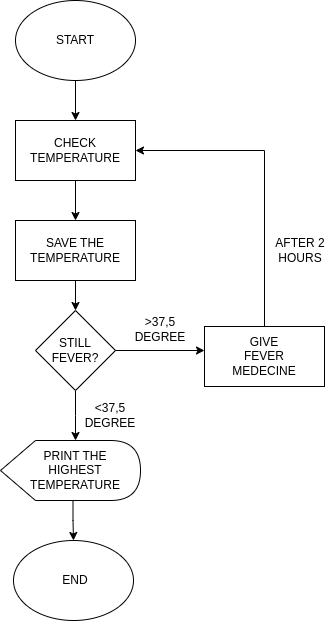
The draw.io diagram NOMOR2.png in tahukotak13th/tahukotak13th.github.io, before a commit. Source tidied: cells renumbered, new cells last; positions are measured from the earlier drawing's top-left corner, leaving out a move shared by most shapes.
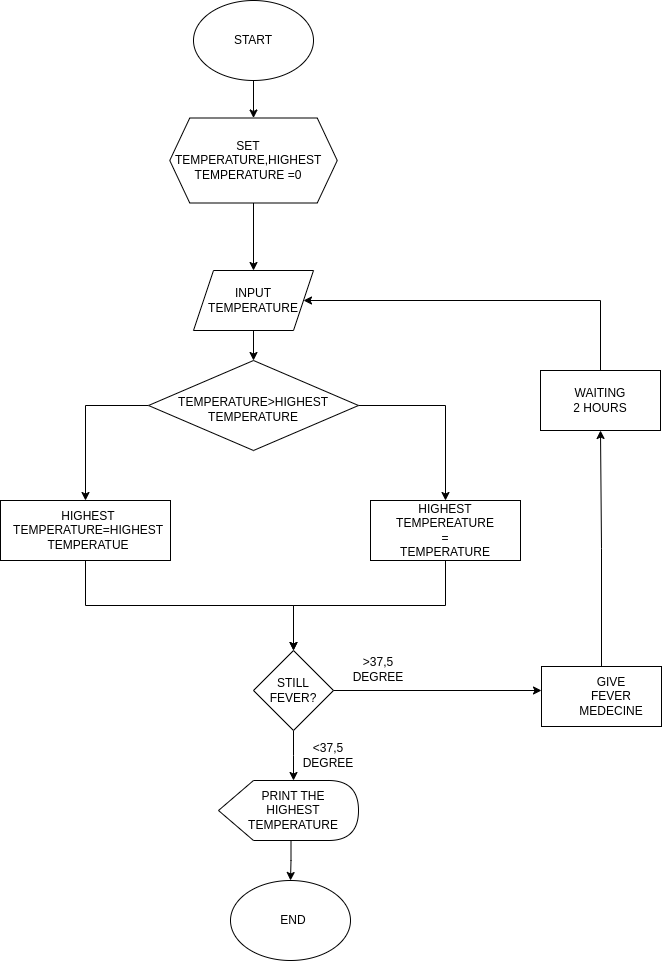
After the change.

Change to the diagram source:
```diff
@@ -2,79 +2,119 @@
   <root>
     <mxCell id="0" />
     <mxCell id="1" parent="0" />
-    <mxCell id="2" style="edgeStyle=orthogonalEdgeStyle;rounded=0;jettySize=auto;html=1;exitX=0.5;exitY=1;exitDx=0;exitDy=0;entryX=0.5;entryY=0;entryDx=0;entryDy=0;" parent="1" edge="1" source="3" target="6">
-      <mxGeometry relative="1" as="geometry" />
-    </mxCell>
+    <mxCell id="26" style="edgeStyle=orthogonalEdgeStyle;rounded=0;jettySize=auto;html=1;exitX=0.5;exitY=1;exitDx=0;exitDy=0;entryX=0.5;entryY=0;entryDx=0;entryDy=0;" parent="1" edge="1" source="3" target="32">
+      <mxGeometry relative="1" as="geometry" />
+    </mxCell>
     <mxCell id="3" style="ellipse;whiteSpace=wrap;html=1;" parent="1" vertex="1">
-      <mxGeometry x="15" width="120" height="80" as="geometry" />
+      <mxGeometry x="-57" y="30" width="120" height="80" as="geometry" />
     </mxCell>
     <mxCell id="4" value="START" style="text;strokeColor=none;align=center;fillColor=none;html=1;verticalAlign=middle;whiteSpace=wrap;rounded=0;" parent="1" vertex="1">
-      <mxGeometry x="45" y="25" width="60" height="30" as="geometry" />
+      <mxGeometry x="-27" y="55" width="60" height="30" as="geometry" />
     </mxCell>
-    <mxCell id="5" style="edgeStyle=orthogonalEdgeStyle;rounded=0;jettySize=auto;html=1;exitX=0.5;exitY=1;exitDx=0;exitDy=0;entryX=0.5;entryY=0;entryDx=0;entryDy=0;" parent="1" edge="1" source="6" target="11">
-      <mxGeometry relative="1" as="geometry" />
-    </mxCell>
-    <mxCell id="6" style="rounded=0;whiteSpace=wrap;html=1;" parent="1" vertex="1">
-      <mxGeometry x="15" y="120" width="120" height="60" as="geometry" />
-    </mxCell>
-    <mxCell id="7" value="CHECK TEMPERATURE" style="text;strokeColor=none;align=center;fillColor=none;html=1;verticalAlign=middle;whiteSpace=wrap;rounded=0;" parent="1" vertex="1">
-      <mxGeometry x="45" y="135" width="60" height="30" as="geometry" />
-    </mxCell>
     <mxCell id="8" style="edgeStyle=orthogonalEdgeStyle;rounded=0;jettySize=auto;html=1;exitX=0.5;exitY=1;exitDx=0;exitDy=0;entryX=0.5;entryY=0;entryDx=0;entryDy=0;" parent="1" edge="1" source="9">
       <mxGeometry relative="1" as="geometry">
-        <mxPoint x="75" y="440" as="targetPoint" />
+        <mxPoint x="43" y="810" as="targetPoint" />
       </mxGeometry>
     </mxCell>
     <mxCell id="9" style="rhombus;whiteSpace=wrap;html=1;" parent="1" vertex="1">
-      <mxGeometry x="35" y="310" width="80" height="80" as="geometry" />
+      <mxGeometry x="3" y="680" width="80" height="80" as="geometry" />
     </mxCell>
     <mxCell id="10" style="edgeStyle=orthogonalEdgeStyle;rounded=0;jettySize=auto;html=1;exitX=0.5;exitY=1;exitDx=0;exitDy=0;" parent="1" edge="1" source="11" target="9">
       <mxGeometry relative="1" as="geometry" />
     </mxCell>
     <mxCell id="11" style="rounded=0;whiteSpace=wrap;html=1;" parent="1" vertex="1">
-      <mxGeometry x="15" y="220" width="120" height="60" as="geometry" />
+      <mxGeometry x="-250" y="530" width="170" height="60" as="geometry" />
     </mxCell>
-    <mxCell id="12" value="SAVE THE TEMPERATURE" style="text;strokeColor=none;align=center;fillColor=none;html=1;verticalAlign=middle;whiteSpace=wrap;rounded=0;" parent="1" vertex="1">
-      <mxGeometry x="45" y="235" width="60" height="30" as="geometry" />
+    <mxCell id="12" value="HIGHEST TEMPERATURE=HIGHEST TEMPERATUE" style="text;strokeColor=none;align=center;fillColor=none;html=1;verticalAlign=middle;whiteSpace=wrap;rounded=0;" parent="1" vertex="1">
+      <mxGeometry x="-192" y="545" width="60" height="30" as="geometry" />
     </mxCell>
     <mxCell id="13" value="STILL FEVER?" style="text;strokeColor=none;align=center;fillColor=none;html=1;verticalAlign=middle;whiteSpace=wrap;rounded=0;" parent="1" vertex="1">
-      <mxGeometry x="45" y="335" width="60" height="30" as="geometry" />
+      <mxGeometry x="13" y="705" width="60" height="30" as="geometry" />
     </mxCell>
-    <mxCell id="14" style="edgeStyle=orthogonalEdgeStyle;rounded=0;jettySize=auto;html=1;exitX=0.5;exitY=0;exitDx=0;exitDy=0;entryX=1;entryY=0.5;entryDx=0;entryDy=0;" parent="1" edge="1" source="15" target="6">
-      <mxGeometry relative="1" as="geometry" />
-    </mxCell>
+    <mxCell id="27" style="edgeStyle=orthogonalEdgeStyle;rounded=0;jettySize=auto;html=1;exitX=0.5;exitY=0;exitDx=0;exitDy=0;entryX=0.5;entryY=1;entryDx=0;entryDy=0;" parent="1" edge="1" source="15" target="42">
+      <mxGeometry relative="1" as="geometry" />
+    </mxCell>
     <mxCell id="15" style="rounded=0;whiteSpace=wrap;html=1;" parent="1" vertex="1">
-      <mxGeometry x="204" y="326" width="120" height="60" as="geometry" />
+      <mxGeometry x="291" y="696" width="120" height="60" as="geometry" />
     </mxCell>
     <mxCell id="16" style="edgeStyle=orthogonalEdgeStyle;rounded=0;jettySize=auto;html=1;exitX=1;exitY=0.5;exitDx=0;exitDy=0;entryX=0;entryY=0.4;entryDx=0;entryDy=0;entryPerimeter=0;" parent="1" edge="1" source="9" target="15">
       <mxGeometry relative="1" as="geometry" />
     </mxCell>
     <mxCell id="17" value="&amp;gt;37,5 DEGREE" style="text;strokeColor=none;align=center;fillColor=none;html=1;verticalAlign=middle;whiteSpace=wrap;rounded=0;" parent="1" vertex="1">
-      <mxGeometry x="130" y="314" width="60" height="30" as="geometry" />
+      <mxGeometry x="98" y="684" width="60" height="30" as="geometry" />
     </mxCell>
     <mxCell id="18" value="GIVE FEVER MEDECINE" style="text;strokeColor=none;align=center;fillColor=none;html=1;verticalAlign=middle;whiteSpace=wrap;rounded=0;" parent="1" vertex="1">
-      <mxGeometry x="234" y="341" width="60" height="30" as="geometry" />
+      <mxGeometry x="331" y="711" width="60" height="30" as="geometry" />
     </mxCell>
-    <mxCell id="19" value="AFTER 2 HOURS" style="text;strokeColor=none;align=center;fillColor=none;html=1;verticalAlign=middle;whiteSpace=wrap;rounded=0;" parent="1" vertex="1">
-      <mxGeometry x="270" y="235" width="60" height="30" as="geometry" />
-    </mxCell>
     <mxCell id="20" value="&amp;lt;37,5 DEGREE" style="text;strokeColor=none;align=center;fillColor=none;html=1;verticalAlign=middle;whiteSpace=wrap;rounded=0;" parent="1" vertex="1">
-      <mxGeometry x="80" y="400" width="60" height="30" as="geometry" />
+      <mxGeometry x="48" y="770" width="60" height="30" as="geometry" />
     </mxCell>
     <mxCell id="21" style="edgeStyle=orthogonalEdgeStyle;rounded=0;jettySize=auto;html=1;exitX=0;exitY=0;exitDx=72.5;exitDy=60;exitPerimeter=0;entryX=0.5;entryY=0;entryDx=0;entryDy=0;" parent="1" edge="1" source="22" target="24">
       <mxGeometry relative="1" as="geometry" />
     </mxCell>
     <mxCell id="22" style="shape=display;whiteSpace=wrap;html=1;" parent="1" vertex="1">
-      <mxGeometry y="440" width="140" height="60" as="geometry" />
+      <mxGeometry x="-32" y="810" width="140" height="60" as="geometry" />
     </mxCell>
     <mxCell id="23" value="PRINT THE HIGHEST TEMPERATURE" style="text;strokeColor=none;align=center;fillColor=none;html=1;verticalAlign=middle;whiteSpace=wrap;rounded=0;" parent="1" vertex="1">
-      <mxGeometry x="45" y="455" width="60" height="30" as="geometry" />
+      <mxGeometry x="13" y="825" width="60" height="30" as="geometry" />
     </mxCell>
     <mxCell id="24" style="ellipse;whiteSpace=wrap;html=1;" parent="1" vertex="1">
-      <mxGeometry x="13" y="540" width="120" height="80" as="geometry" />
+      <mxGeometry x="-20" y="910" width="120" height="80" as="geometry" />
     </mxCell>
     <mxCell id="25" value="END" style="text;strokeColor=none;align=center;fillColor=none;html=1;verticalAlign=middle;whiteSpace=wrap;rounded=0;" parent="1" vertex="1">
-      <mxGeometry x="45" y="565" width="60" height="30" as="geometry" />
+      <mxGeometry x="13" y="935" width="60" height="30" as="geometry" />
     </mxCell>
+    <mxCell id="28" style="edgeStyle=orthogonalEdgeStyle;rounded=0;jettySize=auto;html=1;exitX=0.5;exitY=1;exitDx=0;exitDy=0;entryX=0.5;entryY=0;entryDx=0;entryDy=0;" parent="1" edge="1" source="29" target="36">
+      <mxGeometry relative="1" as="geometry" />
+    </mxCell>
+    <mxCell id="29" style="shape=parallelogram;perimeter=parallelogramPerimeter;whiteSpace=wrap;html=1;fixedSize=1;" parent="1" vertex="1">
+      <mxGeometry x="-57" y="300" width="120" height="60" as="geometry" />
+    </mxCell>
+    <mxCell id="30" value="INPUT TEMPERATURE" style="text;strokeColor=none;align=center;fillColor=none;html=1;verticalAlign=middle;whiteSpace=wrap;rounded=0;" parent="1" vertex="1">
+      <mxGeometry x="-27" y="315" width="60" height="30" as="geometry" />
+    </mxCell>
+    <mxCell id="31" style="edgeStyle=orthogonalEdgeStyle;rounded=0;jettySize=auto;html=1;exitX=0.5;exitY=1;exitDx=0;exitDy=0;entryX=0.5;entryY=0;entryDx=0;entryDy=0;" parent="1" edge="1" source="32" target="29">
+      <mxGeometry relative="1" as="geometry" />
+    </mxCell>
+    <mxCell id="32" style="shape=hexagon;perimeter=hexagonPerimeter2;whiteSpace=wrap;html=1;fixedSize=1;" parent="1" vertex="1">
+      <mxGeometry x="-80.8" y="147.5" width="167.5" height="85" as="geometry" />
+    </mxCell>
+    <mxCell id="33" value="SET TEMPERATURE,HIGHEST TEMPERATURE =0" style="text;strokeColor=none;align=center;fillColor=none;html=1;verticalAlign=middle;whiteSpace=wrap;rounded=0;" parent="1" vertex="1">
+      <mxGeometry x="-32" y="175" width="60" height="30" as="geometry" />
+    </mxCell>
+    <mxCell id="34" style="edgeStyle=orthogonalEdgeStyle;rounded=0;jettySize=auto;html=1;exitX=0;exitY=0.5;exitDx=0;exitDy=0;" parent="1" edge="1" source="36" target="11">
+      <mxGeometry relative="1" as="geometry" />
+    </mxCell>
+    <mxCell id="35" style="edgeStyle=orthogonalEdgeStyle;rounded=0;jettySize=auto;html=1;exitX=1;exitY=0.5;exitDx=0;exitDy=0;entryX=0.5;entryY=0;entryDx=0;entryDy=0;" parent="1" edge="1" source="36" target="39">
+      <mxGeometry relative="1" as="geometry" />
+    </mxCell>
+    <mxCell id="36" style="rhombus;whiteSpace=wrap;html=1;" parent="1" vertex="1">
+      <mxGeometry x="-102" y="390" width="210" height="90" as="geometry" />
+    </mxCell>
+    <mxCell id="37" value="TEMPERATURE&amp;gt;HIGHEST TEMPERATURE" style="text;strokeColor=none;align=center;fillColor=none;html=1;verticalAlign=middle;whiteSpace=wrap;rounded=0;" parent="1" vertex="1">
+      <mxGeometry x="-27" y="424" width="60" height="30" as="geometry" />
+    </mxCell>
+    <mxCell id="38" style="edgeStyle=orthogonalEdgeStyle;rounded=0;jettySize=auto;html=1;exitX=0.5;exitY=1;exitDx=0;exitDy=0;entryX=0.5;entryY=0;entryDx=0;entryDy=0;" parent="1" edge="1" source="39" target="9">
+      <mxGeometry relative="1" as="geometry" />
+    </mxCell>
+    <mxCell id="39" style="rounded=0;whiteSpace=wrap;html=1;" parent="1" vertex="1">
+      <mxGeometry x="120" y="530" width="150" height="60" as="geometry" />
+    </mxCell>
+    <mxCell id="40" value="HIGHEST TEMPEREATURE = TEMPERATURE" style="text;strokeColor=none;align=center;fillColor=none;html=1;verticalAlign=middle;whiteSpace=wrap;rounded=0;" parent="1" vertex="1">
+      <mxGeometry x="165" y="545" width="60" height="30" as="geometry" />
+    </mxCell>
+    <mxCell id="41" style="edgeStyle=orthogonalEdgeStyle;rounded=0;jettySize=auto;html=1;exitX=0.5;exitY=0;exitDx=0;exitDy=0;entryX=1;entryY=0.5;entryDx=0;entryDy=0;" parent="1" edge="1" source="42" target="29">
+      <mxGeometry relative="1" as="geometry">
+        <Array as="points">
+          <mxPoint x="350" y="330" />
+        </Array>
+      </mxGeometry>
+    </mxCell>
+    <mxCell id="42" style="rounded=0;whiteSpace=wrap;html=1;" parent="1" vertex="1">
+      <mxGeometry x="290" y="400" width="120" height="60" as="geometry" />
+    </mxCell>
+    <mxCell id="43" value="WAITING 2 HOURS" style="text;strokeColor=none;align=center;fillColor=none;html=1;verticalAlign=middle;whiteSpace=wrap;rounded=0;" parent="1" vertex="1">
+      <mxGeometry x="320" y="415" width="60" height="30" as="geometry" />
+    </mxCell>
   </root>
 </mxGraphModel>
```
